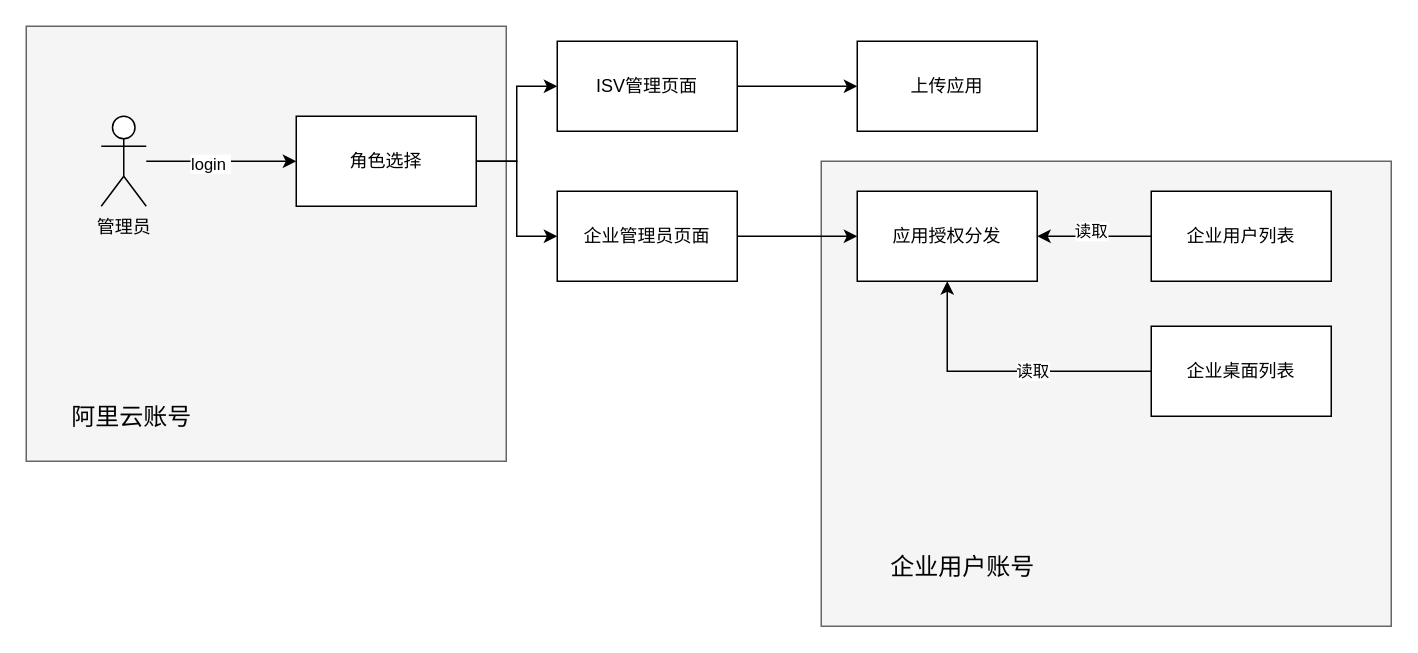
This is Untitled Diagram.drawio from chenkangzeng/appstreaming, a draw.io file, before an edit. Source tidied: cells renumbered, new cells numbered last; positions are measured from the earlier drawing's top-left corner, leaving out a move shared by most shapes. Both pictures are drawn from the tidied source at 150%, with x=0, y=0 at pixel (26, 26).
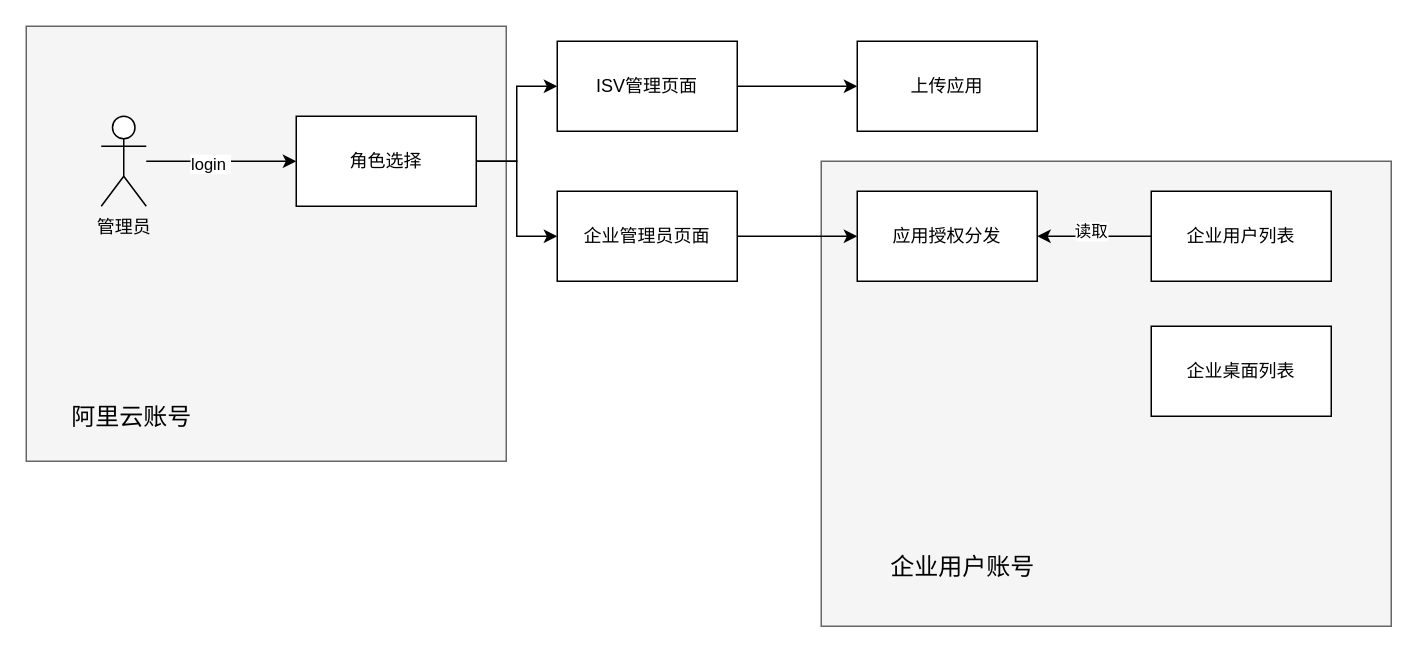
After the change.

Unchanged cells that the change refers to:
```xml
<mxCell id="15" value="应用授权分发" style="whiteSpace=wrap;html=1;rounded=0;" parent="1" vertex="1">
  <mxGeometry x="554" y="110" width="120" height="60" as="geometry" />
</mxCell>
<mxCell id="21" value="企业桌面列表" style="whiteSpace=wrap;html=1;rounded=0;" parent="1" vertex="1">
  <mxGeometry x="750" y="200" width="120" height="60" as="geometry" />
</mxCell>
```

Diff of the diagram source:
```diff
@@
-    <mxCell id="19" style="edgeStyle=orthogonalEdgeStyle;rounded=0;jettySize=auto;html=1;entryX=0.5;entryY=1;entryDx=0;entryDy=0;" parent="1" edge="1" source="21" target="15">
-      <mxGeometry relative="1" as="geometry" />
-    </mxCell>
-    <mxCell id="20" value="读取" style="edgeLabel;html=1;align=center;verticalAlign=middle;" parent="19" vertex="1">
-      <mxGeometry x="-0.18" y="-1" relative="1" as="geometry" />
-    </mxCell>
```
